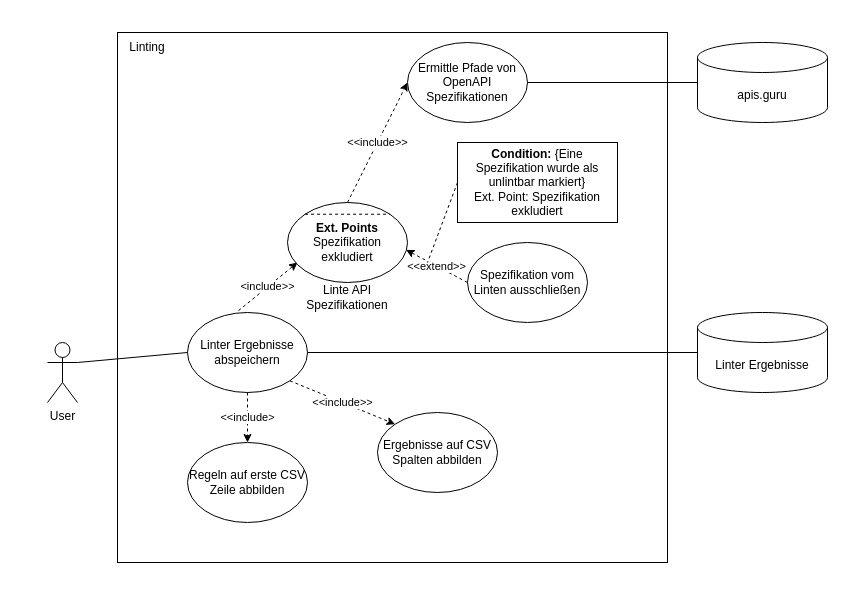
This is requirements/usecase/linting.drawio from paulbrenker/thesis, a draw.io file, before an edit. Source tidied: cells renumbered, new cells numbered last; positions are measured from the earlier drawing's top-left corner, leaving out a move shared by most shapes. Both pictures are drawn from the tidied source at 100%, with x=0, y=0 at pixel (47, 32).
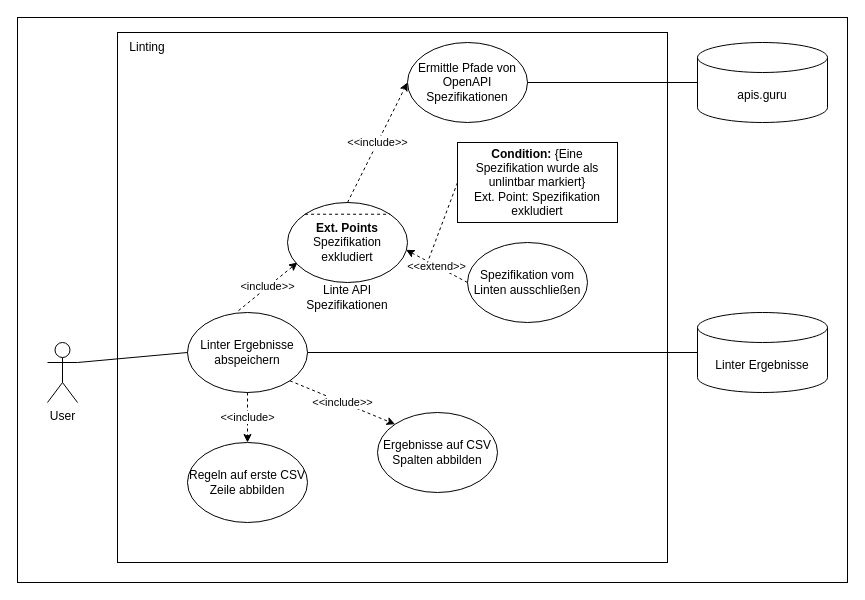
Above is the later version.

Change to the diagram source:
```diff
@@
+    <mxCell id="25" style="rounded=0;whiteSpace=wrap;html=1;" parent="1" vertex="1">
+      <mxGeometry x="-30" y="-15" width="830" height="565" as="geometry" />
+    </mxCell>
```
